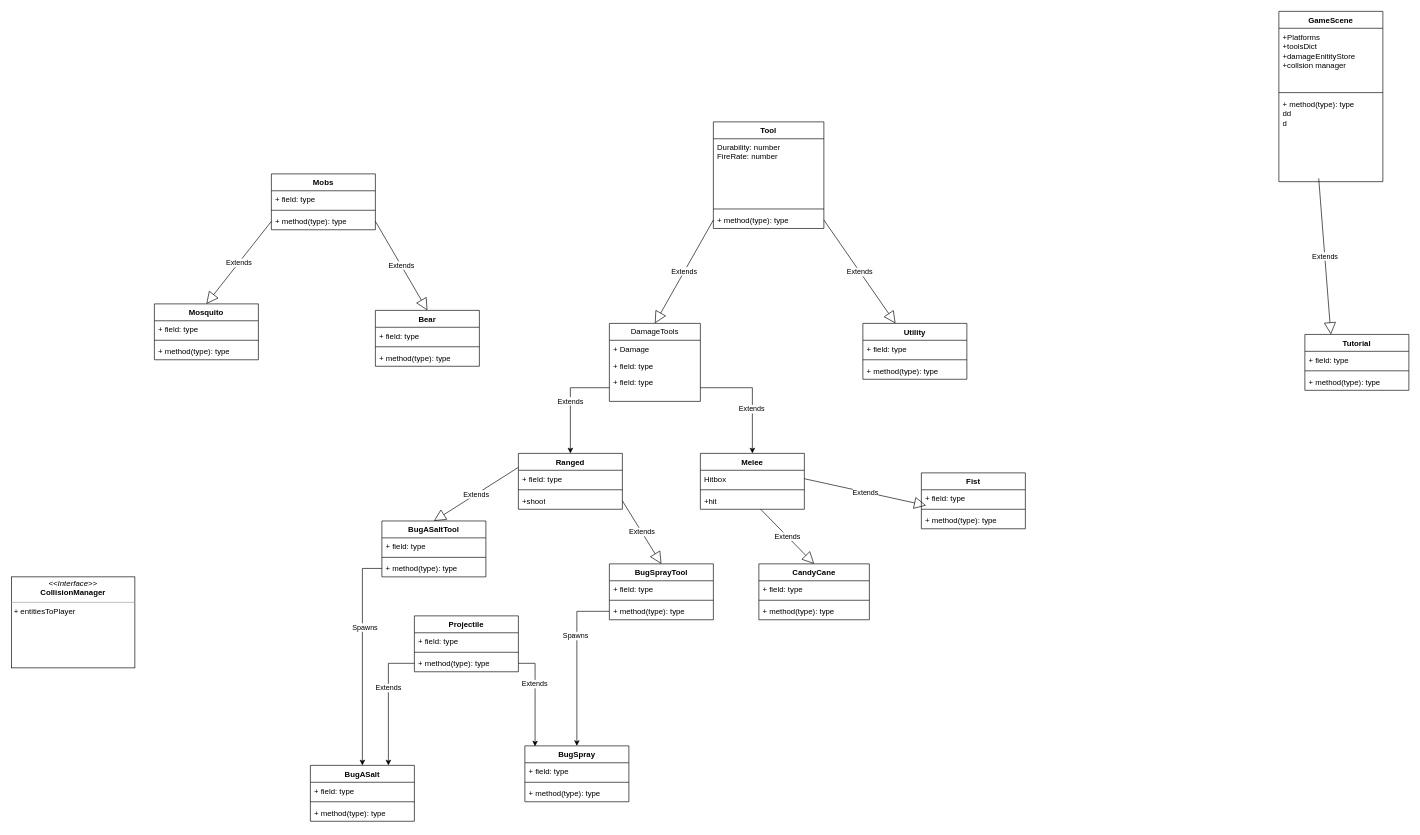
Above: gameObjects.drawio in 2guud4u/Bamazonn (draw.io), before the change. Source tidied: cells renumbered, new cells numbered last; positions are measured from the earlier drawing's top-left corner, leaving out a move shared by most shapes. Both pictures are drawn from the tidied source at 65%, with x=0, y=0 at pixel (11, 11).
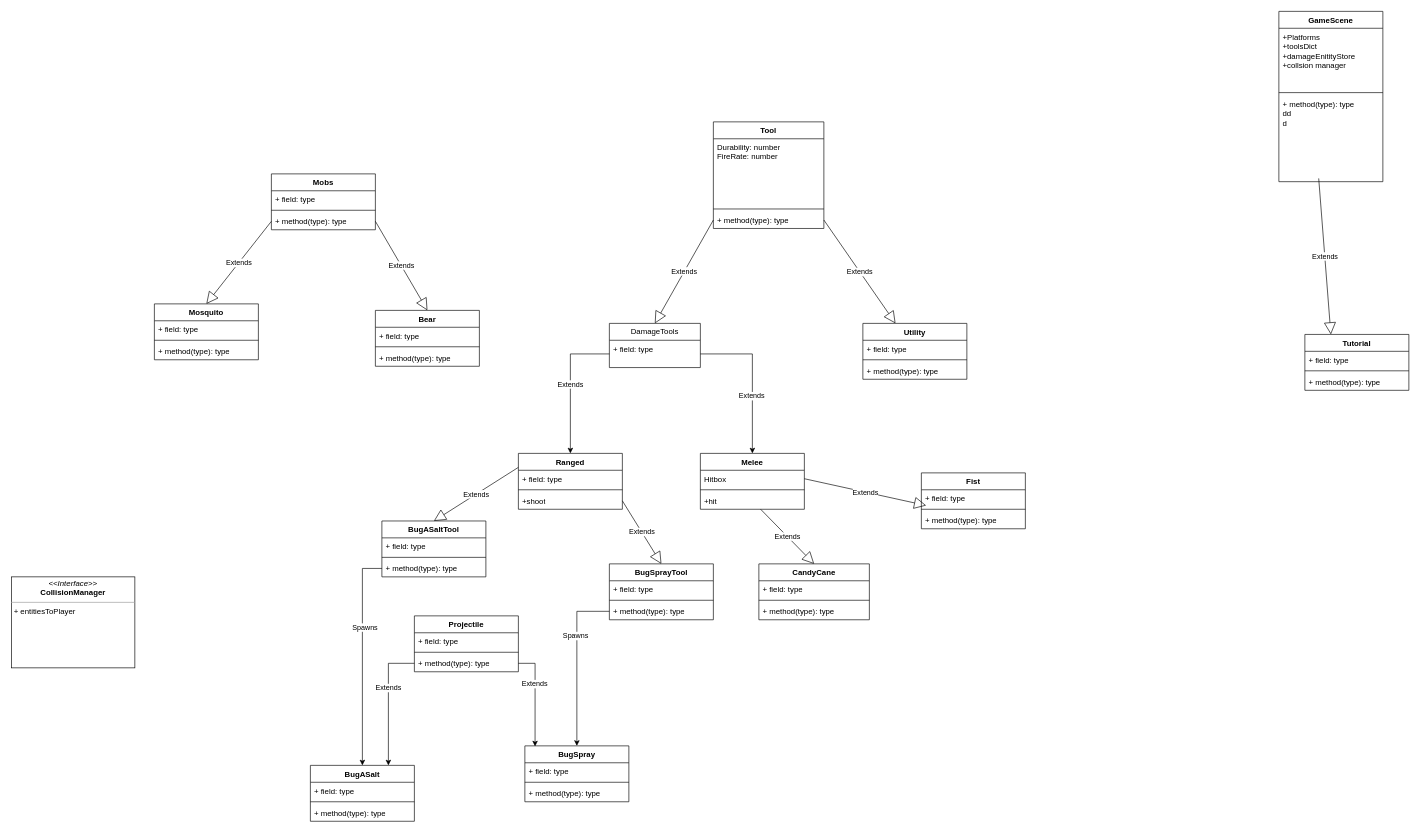
The same page after the edit.

Diff of the diagram source:
```diff
@@
     <mxCell id="2" value="DamageTools" style="swimlane;fontStyle=0;horizontal=1;startSize=26;fillColor=none;whiteSpace=wrap;html=1;" parent="1" vertex="1">
-      <mxGeometry x="920" y="480" width="140" height="120" as="geometry" />
+      <mxGeometry x="920" y="480" width="140" height="68" as="geometry" />
     </mxCell>
-    <mxCell id="3" value="+ Damage" style="text;strokeColor=none;fillColor=none;align=left;verticalAlign=top;spacingLeft=4;spacingRight=4;overflow=hidden;whiteSpace=wrap;html=1;" parent="2" vertex="1">
-      <mxGeometry y="26" width="140" height="26" as="geometry" />
-    </mxCell>
-    <mxCell id="4" value="+ field: type" style="text;strokeColor=none;fillColor=none;align=left;verticalAlign=top;spacingLeft=4;spacingRight=4;overflow=hidden;whiteSpace=wrap;html=1;" parent="2" vertex="1">
-      <mxGeometry y="52" width="140" height="26" as="geometry" />
-    </mxCell>
     <mxCell id="5" value="+ field: type" style="text;strokeColor=none;fillColor=none;align=left;verticalAlign=top;spacingLeft=4;spacingRight=4;overflow=hidden;points=[[0,0.5],[1,0.5]];portConstraint=eastwest;whiteSpace=wrap;html=1;" parent="2" vertex="1">
-      <mxGeometry y="78" width="140" height="42" as="geometry" />
+      <mxGeometry y="26" width="140" height="42" as="geometry" />
     </mxCell>
```
